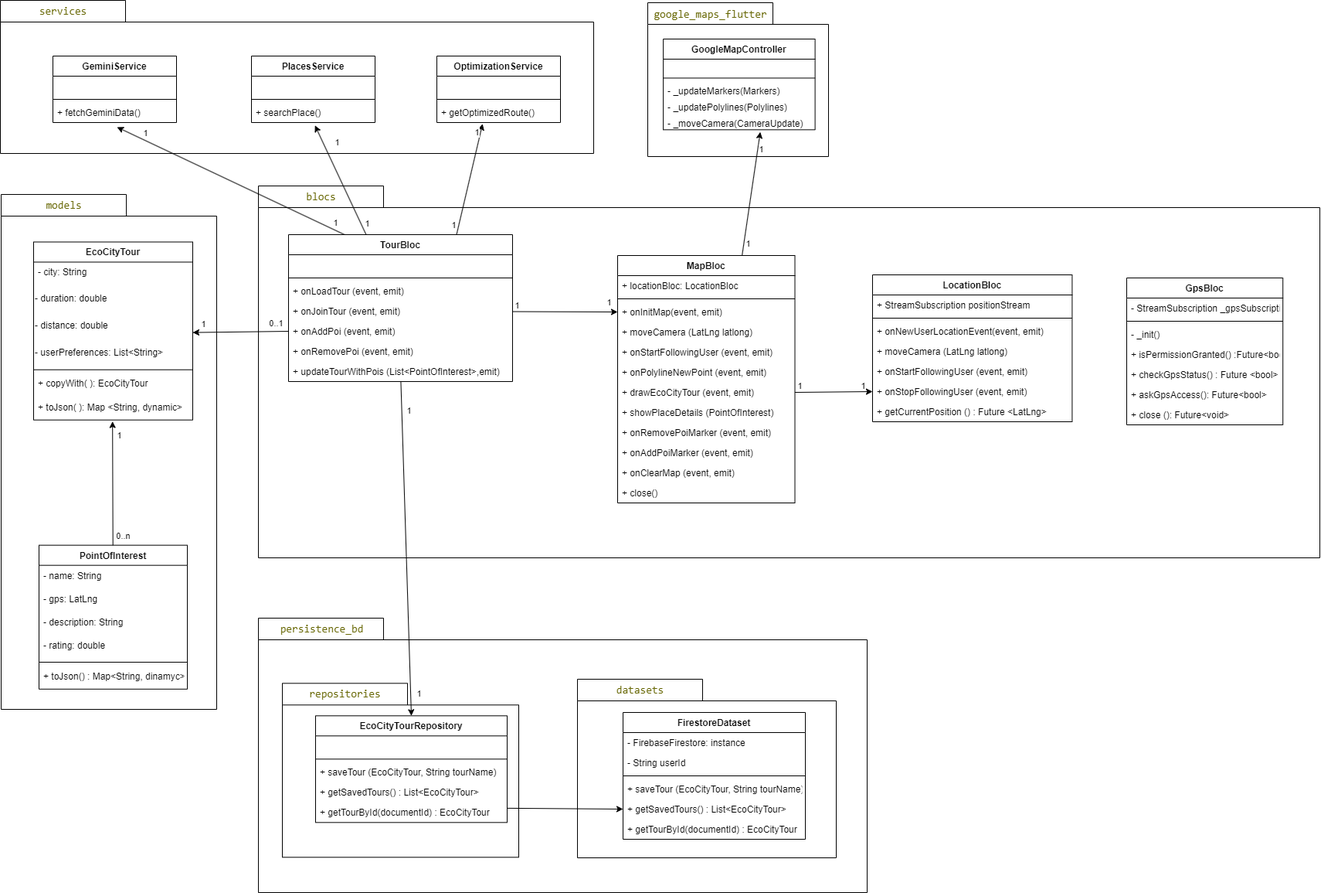
fps1001/TFGII_FPisot keeps this draw.io diagram as project-docs/memoriaTFGII_FPisot/img/clases.png. Above is the earlier version. Source tidied: cells renumbered, new cells last; positions are measured from the earlier drawing's top-left corner, leaving out a move shared by most shapes.
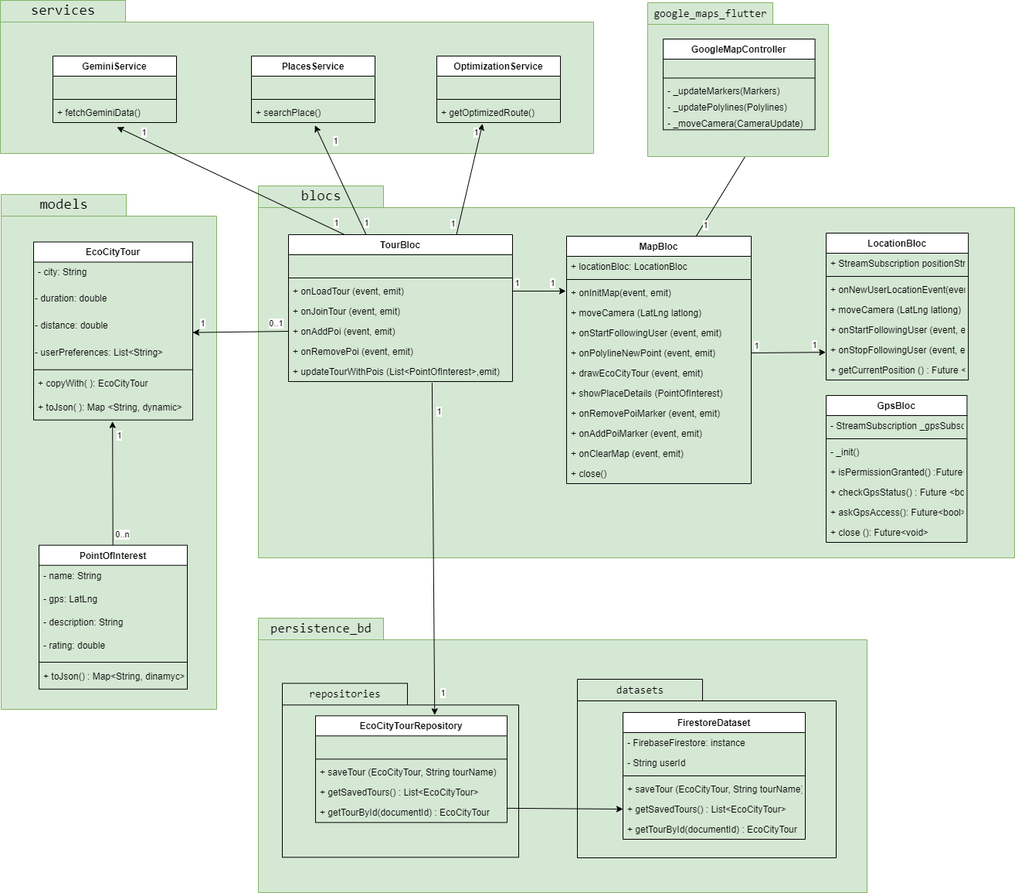
The same diagram one commit later.

The edit, as a diff of the source:
```diff
@@ -4,3 +4,3 @@
     <mxCell id="1" parent="0" />
-    <mxCell id="2" value="&lt;div style=&quot;font-family: Consolas, &amp;quot;Courier New&amp;quot;, monospace; font-weight: normal; font-size: 14px; line-height: 19px;&quot;&gt;&lt;font color=&quot;#666600&quot;&gt;persistence_bd&lt;/font&gt;&lt;/div&gt;" style="shape=folder;fontStyle=1;tabWidth=162;tabHeight=28;tabPosition=left;html=1;boundedLbl=1;labelInHeader=1;fillColor=none;" parent="1" vertex="1">
+    <mxCell id="2" value="&lt;div style=&quot;font-family: Consolas, &amp;quot;Courier New&amp;quot;, monospace; font-weight: normal; line-height: 19px;&quot;&gt;&lt;font style=&quot;font-size: 17px;&quot; color=&quot;#000000&quot;&gt;persistence_bd&lt;/font&gt;&lt;/div&gt;" style="shape=folder;fontStyle=1;tabWidth=162;tabHeight=28;tabPosition=left;html=1;boundedLbl=1;labelInHeader=1;fillColor=#d5e8d4;strokeColor=#82b366;" parent="1" vertex="1">
       <mxGeometry x="334" y="799" width="788" height="355" as="geometry" />
@@ -12,3 +12,3 @@
     </mxCell>
-    <mxCell id="4" value="&lt;div style=&quot;font-family: Consolas, &amp;quot;Courier New&amp;quot;, monospace; font-weight: normal; font-size: 14px; line-height: 19px;&quot;&gt;&lt;font color=&quot;#666600&quot;&gt;datasets&lt;/font&gt;&lt;/div&gt;" style="shape=folder;fontStyle=1;tabWidth=162;tabHeight=28;tabPosition=left;html=1;boundedLbl=1;labelInHeader=1;fillColor=none;" parent="2" vertex="1">
+    <mxCell id="4" value="&lt;div style=&quot;font-family: Consolas, &amp;quot;Courier New&amp;quot;, monospace; font-weight: normal; font-size: 14px; line-height: 19px;&quot;&gt;&lt;font color=&quot;#000000&quot;&gt;datasets&lt;/font&gt;&lt;/div&gt;" style="shape=folder;fontStyle=1;tabWidth=162;tabHeight=28;tabPosition=left;html=1;boundedLbl=1;labelInHeader=1;fillColor=none;" parent="2" vertex="1">
       <mxGeometry x="413" y="79" width="335" height="231" as="geometry" />
@@ -20,3 +20,3 @@
     </mxCell>
-    <mxCell id="6" value="&lt;div style=&quot;font-family: Consolas, &amp;quot;Courier New&amp;quot;, monospace; font-weight: normal; font-size: 14px; line-height: 19px;&quot;&gt;&lt;font color=&quot;#666600&quot;&gt;repositories&lt;/font&gt;&lt;/div&gt;" style="shape=folder;fontStyle=1;tabWidth=162;tabHeight=28;tabPosition=left;html=1;boundedLbl=1;labelInHeader=1;fillColor=none;" parent="2" vertex="1">
+    <mxCell id="6" value="&lt;div style=&quot;font-family: Consolas, &amp;quot;Courier New&amp;quot;, monospace; font-weight: normal; font-size: 14px; line-height: 19px;&quot;&gt;&lt;font color=&quot;#000000&quot;&gt;repositories&lt;/font&gt;&lt;/div&gt;" style="shape=folder;fontStyle=1;tabWidth=162;tabHeight=28;tabPosition=left;html=1;boundedLbl=1;labelInHeader=1;fillColor=none;" parent="2" vertex="1">
       <mxGeometry x="31" y="84.3" width="306" height="225" as="geometry" />
@@ -70,7 +70,7 @@
     </mxCell>
-    <mxCell id="22" value="&lt;div style=&quot;font-family: Consolas, &amp;quot;Courier New&amp;quot;, monospace; font-weight: normal; font-size: 14px; line-height: 19px;&quot;&gt;&lt;font color=&quot;#666600&quot;&gt;blocs&lt;/font&gt;&lt;/div&gt;" style="shape=folder;fontStyle=1;tabWidth=162;tabHeight=28;tabPosition=left;html=1;boundedLbl=1;labelInHeader=1;fillColor=none;" parent="1" vertex="1">
-      <mxGeometry x="334" y="240" width="1374" height="481" as="geometry" />
+    <mxCell id="22" value="&lt;div style=&quot;font-family: Consolas, &amp;quot;Courier New&amp;quot;, monospace; font-weight: normal; line-height: 19px;&quot;&gt;&lt;font style=&quot;font-size: 19px;&quot; color=&quot;#000000&quot;&gt;blocs&lt;/font&gt;&lt;/div&gt;" style="shape=folder;fontStyle=1;tabWidth=162;tabHeight=28;tabPosition=left;html=1;boundedLbl=1;labelInHeader=1;fillColor=#d5e8d4;strokeColor=#82b366;" parent="1" vertex="1">
+      <mxGeometry x="334" y="240" width="979" height="481" as="geometry" />
     </mxCell>
     <mxCell id="23" style="html=1;strokeColor=none;fillColor=none;glass=0;" parent="22" vertex="1">
-      <mxGeometry width="1374" height="290.5" relative="1" as="geometry">
+      <mxGeometry width="979" height="290.5" relative="1" as="geometry">
         <mxPoint y="30" as="offset" />
@@ -79,65 +79,65 @@
     <mxCell id="24" value="LocationBloc" style="swimlane;fontStyle=1;align=center;verticalAlign=top;horizontal=1;startSize=26;" parent="22" vertex="1">
-      <mxGeometry x="795" y="115" width="258.4" height="190" as="geometry" />
+      <mxGeometry x="735" y="61" width="184.1" height="190" as="geometry" />
     </mxCell>
     <mxCell id="25" value="+ StreamSubscription positionStream" style="text;strokeColor=none;fillColor=none;align=left;verticalAlign=top;spacingLeft=4;spacingRight=4;overflow=hidden;" parent="24" vertex="1">
-      <mxGeometry y="26" width="258.4" height="26" as="geometry" />
+      <mxGeometry y="26" width="184.1" height="26" as="geometry" />
     </mxCell>
     <mxCell id="26" style="line;strokeWidth=1;fillColor=none;align=left;verticalAlign=middle;spacingTop=-1;spacingLeft=3;spacingRight=3;labelPosition=right;strokeColor=inherit;" parent="24" vertex="1">
-      <mxGeometry y="52" width="258.4" height="8" as="geometry" />
+      <mxGeometry y="52" width="184.1" height="8" as="geometry" />
     </mxCell>
     <mxCell id="27" value="+ onNewUserLocationEvent(event, emit)" style="text;strokeColor=none;fillColor=none;align=left;verticalAlign=top;spacingLeft=4;spacingRight=4;overflow=hidden;" parent="24" vertex="1">
-      <mxGeometry y="60" width="258.4" height="26" as="geometry" />
+      <mxGeometry y="60" width="184.1" height="26" as="geometry" />
     </mxCell>
     <mxCell id="28" value="+ moveCamera (LatLng latlong)" style="text;strokeColor=none;fillColor=none;align=left;verticalAlign=top;spacingLeft=4;spacingRight=4;overflow=hidden;" parent="24" vertex="1">
-      <mxGeometry y="86" width="258.4" height="26" as="geometry" />
+      <mxGeometry y="86" width="184.1" height="26" as="geometry" />
     </mxCell>
     <mxCell id="29" value="+ onStartFollowingUser (event, emit)" style="text;strokeColor=none;fillColor=none;align=left;verticalAlign=top;spacingLeft=4;spacingRight=4;overflow=hidden;" parent="24" vertex="1">
-      <mxGeometry y="112" width="258.4" height="26" as="geometry" />
+      <mxGeometry y="112" width="184.1" height="26" as="geometry" />
     </mxCell>
     <mxCell id="30" value="+ onStopFollowingUser (event, emit)" style="text;strokeColor=none;fillColor=none;align=left;verticalAlign=top;spacingLeft=4;spacingRight=4;overflow=hidden;points=[[0,0.5],[1,0.5]];portConstraint=eastwest;" parent="24" vertex="1">
-      <mxGeometry y="138" width="258.4" height="26" as="geometry" />
+      <mxGeometry y="138" width="184.1" height="26" as="geometry" />
     </mxCell>
     <mxCell id="31" value="+ getCurrentPosition () : Future &lt;LatLng&gt;" style="text;strokeColor=none;fillColor=none;align=left;verticalAlign=top;spacingLeft=4;spacingRight=4;overflow=hidden;" parent="24" vertex="1">
-      <mxGeometry y="164" width="258.4" height="26" as="geometry" />
+      <mxGeometry y="164" width="184.1" height="26" as="geometry" />
     </mxCell>
     <mxCell id="32" value="MapBloc" style="swimlane;fontStyle=1;align=center;verticalAlign=top;horizontal=1;startSize=26;" parent="22" vertex="1">
-      <mxGeometry x="465" y="90" width="229.5" height="320" as="geometry" />
+      <mxGeometry x="399" y="65" width="239" height="320" as="geometry" />
     </mxCell>
     <mxCell id="33" value="+ locationBloc: LocationBloc" style="text;strokeColor=none;fillColor=none;align=left;verticalAlign=top;spacingLeft=4;spacingRight=4;overflow=hidden;" parent="32" vertex="1">
-      <mxGeometry y="26" width="229.5" height="26" as="geometry" />
+      <mxGeometry y="26" width="239" height="26" as="geometry" />
     </mxCell>
     <mxCell id="34" style="line;strokeWidth=1;fillColor=none;align=left;verticalAlign=middle;spacingTop=-1;spacingLeft=3;spacingRight=3;labelPosition=right;strokeColor=inherit;" parent="32" vertex="1">
-      <mxGeometry y="52" width="229.5" height="8" as="geometry" />
+      <mxGeometry y="52" width="239" height="8" as="geometry" />
     </mxCell>
     <mxCell id="35" value="+ onInitMap(event, emit)" style="text;strokeColor=none;fillColor=none;align=left;verticalAlign=top;spacingLeft=4;spacingRight=4;overflow=hidden;points=[[0,0.5],[1,0.5]];portConstraint=eastwest;" parent="32" vertex="1">
-      <mxGeometry y="60" width="229.5" height="26" as="geometry" />
+      <mxGeometry y="60" width="239" height="26" as="geometry" />
     </mxCell>
     <mxCell id="36" value="+ moveCamera (LatLng latlong)" style="text;strokeColor=none;fillColor=none;align=left;verticalAlign=top;spacingLeft=4;spacingRight=4;overflow=hidden;" parent="32" vertex="1">
-      <mxGeometry y="86" width="229.5" height="26" as="geometry" />
+      <mxGeometry y="86" width="239" height="26" as="geometry" />
     </mxCell>
     <mxCell id="37" value="+ onStartFollowingUser (event, emit)" style="text;strokeColor=none;fillColor=none;align=left;verticalAlign=top;spacingLeft=4;spacingRight=4;overflow=hidden;" parent="32" vertex="1">
-      <mxGeometry y="112" width="229.5" height="26" as="geometry" />
+      <mxGeometry y="112" width="239" height="26" as="geometry" />
     </mxCell>
     <mxCell id="38" value="+ onPolylineNewPoint (event, emit)" style="text;strokeColor=none;fillColor=none;align=left;verticalAlign=top;spacingLeft=4;spacingRight=4;overflow=hidden;points=[[0,0.5],[1,0.5]];portConstraint=eastwest;" parent="32" vertex="1">
-      <mxGeometry y="138" width="229.5" height="26" as="geometry" />
+      <mxGeometry y="138" width="239" height="26" as="geometry" />
     </mxCell>
     <mxCell id="39" value="+ drawEcoCityTour (event, emit)" style="text;strokeColor=none;fillColor=none;align=left;verticalAlign=top;spacingLeft=4;spacingRight=4;overflow=hidden;points=[[0,0.5],[1,0.5]];portConstraint=eastwest;" parent="32" vertex="1">
-      <mxGeometry y="164" width="229.5" height="26" as="geometry" />
+      <mxGeometry y="164" width="239" height="26" as="geometry" />
     </mxCell>
     <mxCell id="40" value="+ showPlaceDetails (PointOfInterest)" style="text;strokeColor=none;fillColor=none;align=left;verticalAlign=top;spacingLeft=4;spacingRight=4;overflow=hidden;" parent="32" vertex="1">
-      <mxGeometry y="190" width="229.5" height="26" as="geometry" />
+      <mxGeometry y="190" width="239" height="26" as="geometry" />
     </mxCell>
     <mxCell id="41" value="+ onRemovePoiMarker (event, emit)" style="text;strokeColor=none;fillColor=none;align=left;verticalAlign=top;spacingLeft=4;spacingRight=4;overflow=hidden;" parent="32" vertex="1">
-      <mxGeometry y="216" width="229.5" height="26" as="geometry" />
+      <mxGeometry y="216" width="239" height="26" as="geometry" />
     </mxCell>
     <mxCell id="42" value="+ onAddPoiMarker (event, emit)" style="text;strokeColor=none;fillColor=none;align=left;verticalAlign=top;spacingLeft=4;spacingRight=4;overflow=hidden;" parent="32" vertex="1">
-      <mxGeometry y="242" width="229.5" height="26" as="geometry" />
+      <mxGeometry y="242" width="239" height="26" as="geometry" />
     </mxCell>
     <mxCell id="43" value="+ onClearMap (event, emit)" style="text;strokeColor=none;fillColor=none;align=left;verticalAlign=top;spacingLeft=4;spacingRight=4;overflow=hidden;" parent="32" vertex="1">
-      <mxGeometry y="268" width="229.5" height="26" as="geometry" />
+      <mxGeometry y="268" width="239" height="26" as="geometry" />
     </mxCell>
     <mxCell id="44" value="+ close()" style="text;strokeColor=none;fillColor=none;align=left;verticalAlign=top;spacingLeft=4;spacingRight=4;overflow=hidden;" parent="32" vertex="1">
-      <mxGeometry y="294" width="229.5" height="26" as="geometry" />
+      <mxGeometry y="294" width="239" height="26" as="geometry" />
     </mxCell>
-    <mxCell id="45" style="edgeStyle=none;html=1;exitX=1;exitY=0.5;exitDx=0;exitDy=0;entryX=0;entryY=0.5;entryDx=0;entryDy=0;" parent="22" edge="1" source="39" target="30">
+    <mxCell id="45" style="edgeStyle=none;html=1;exitX=1;exitY=0.5;exitDx=0;exitDy=0;entryX=-0.003;entryY=0.621;entryDx=0;entryDy=0;entryPerimeter=0;" parent="22" edge="1" source="38" target="30">
       <mxGeometry relative="1" as="geometry" />
@@ -146,3 +146,3 @@
       <mxGeometry x="0.61" y="1" relative="1" as="geometry">
-        <mxPoint x="7" y="-7" as="offset" />
+        <mxPoint x="4" y="-9" as="offset" />
       </mxGeometry>
@@ -151,3 +151,3 @@
       <mxGeometry x="-0.78" y="3" relative="1" as="geometry">
-        <mxPoint x="-5" y="-6" as="offset" />
+        <mxPoint x="-4" y="-6" as="offset" />
       </mxGeometry>
@@ -155,26 +155,26 @@
     <mxCell id="48" value="GpsBloc" style="swimlane;fontStyle=1;align=center;verticalAlign=top;horizontal=1;startSize=26;" parent="22" vertex="1">
-      <mxGeometry x="1124" y="119" width="202.2" height="190" as="geometry" />
+      <mxGeometry x="735" y="271" width="182.4" height="190" as="geometry" />
     </mxCell>
     <mxCell id="49" value="- StreamSubscription _gpsSubscription" style="text;strokeColor=none;fillColor=none;align=left;verticalAlign=top;spacingLeft=4;spacingRight=4;overflow=hidden;" parent="48" vertex="1">
-      <mxGeometry y="26" width="202.2" height="26" as="geometry" />
+      <mxGeometry y="26" width="182.4" height="26" as="geometry" />
     </mxCell>
     <mxCell id="50" style="line;strokeWidth=1;fillColor=none;align=left;verticalAlign=middle;spacingTop=-1;spacingLeft=3;spacingRight=3;labelPosition=right;strokeColor=inherit;" parent="48" vertex="1">
-      <mxGeometry y="52" width="202.2" height="8" as="geometry" />
+      <mxGeometry y="52" width="182.4" height="8" as="geometry" />
     </mxCell>
     <mxCell id="51" value="- _init()" style="text;strokeColor=none;fillColor=none;align=left;verticalAlign=top;spacingLeft=4;spacingRight=4;overflow=hidden;" parent="48" vertex="1">
-      <mxGeometry y="60" width="202.2" height="26" as="geometry" />
+      <mxGeometry y="60" width="182.4" height="26" as="geometry" />
     </mxCell>
     <mxCell id="52" value="+ isPermissionGranted() :Future&lt;bool&gt;" style="text;strokeColor=none;fillColor=none;align=left;verticalAlign=top;spacingLeft=4;spacingRight=4;overflow=hidden;" parent="48" vertex="1">
-      <mxGeometry y="86" width="202.2" height="26" as="geometry" />
+      <mxGeometry y="86" width="182.4" height="26" as="geometry" />
     </mxCell>
     <mxCell id="53" value="+ checkGpsStatus() : Future &lt;bool&gt;" style="text;strokeColor=none;fillColor=none;align=left;verticalAlign=top;spacingLeft=4;spacingRight=4;overflow=hidden;" parent="48" vertex="1">
-      <mxGeometry y="112" width="202.2" height="26" as="geometry" />
+      <mxGeometry y="112" width="182.4" height="26" as="geometry" />
     </mxCell>
     <mxCell id="54" value="+ askGpsAccess(): Future&lt;bool&gt;" style="text;strokeColor=none;fillColor=none;align=left;verticalAlign=top;spacingLeft=4;spacingRight=4;overflow=hidden;" parent="48" vertex="1">
-      <mxGeometry y="138" width="202.2" height="26" as="geometry" />
+      <mxGeometry y="138" width="182.4" height="26" as="geometry" />
     </mxCell>
     <mxCell id="55" value="+ close (): Future&lt;void&gt;" style="text;strokeColor=none;fillColor=none;align=left;verticalAlign=top;spacingLeft=4;spacingRight=4;overflow=hidden;" parent="48" vertex="1">
-      <mxGeometry y="164" width="202.2" height="26" as="geometry" />
+      <mxGeometry y="164" width="182.4" height="26" as="geometry" />
     </mxCell>
-    <mxCell id="56" value="&lt;div style=&quot;font-family: Consolas, &amp;quot;Courier New&amp;quot;, monospace; font-weight: normal; font-size: 14px; line-height: 19px;&quot;&gt;&lt;font color=&quot;#666600&quot;&gt;models&lt;/font&gt;&lt;/div&gt;" style="shape=folder;fontStyle=1;tabWidth=162;tabHeight=28;tabPosition=left;html=1;boundedLbl=1;labelInHeader=1;fillColor=none;" parent="1" vertex="1">
+    <mxCell id="56" value="&lt;div style=&quot;font-family: Consolas, &amp;quot;Courier New&amp;quot;, monospace; font-weight: normal; line-height: 19px;&quot;&gt;&lt;font style=&quot;font-size: 19px;&quot; color=&quot;#000000&quot;&gt;models&lt;/font&gt;&lt;/div&gt;" style="shape=folder;fontStyle=1;tabWidth=162;tabHeight=28;tabPosition=left;html=1;boundedLbl=1;labelInHeader=1;fillColor=#d5e8d4;strokeColor=#82b366;" parent="1" vertex="1">
       <mxGeometry x="1" y="251" width="279" height="666" as="geometry" />
@@ -244,3 +244,3 @@
     </mxCell>
-    <mxCell id="76" value="&lt;div style=&quot;font-family: Consolas, &amp;quot;Courier New&amp;quot;, monospace; font-weight: normal; font-size: 14px; line-height: 19px;&quot;&gt;&lt;font color=&quot;#666600&quot;&gt;services&lt;/font&gt;&lt;/div&gt;" style="shape=folder;fontStyle=1;tabWidth=162;tabHeight=28;tabPosition=left;html=1;boundedLbl=1;labelInHeader=1;fillColor=none;" parent="1" vertex="1">
+    <mxCell id="76" value="&lt;div style=&quot;font-family: Consolas, &amp;quot;Courier New&amp;quot;, monospace; font-weight: normal; line-height: 19px;&quot;&gt;&lt;font style=&quot;font-size: 19px;&quot; color=&quot;#000000&quot;&gt;services&lt;/font&gt;&lt;/div&gt;" style="shape=folder;fontStyle=1;tabWidth=162;tabHeight=28;tabPosition=left;html=1;boundedLbl=1;labelInHeader=1;fillColor=#d5e8d4;strokeColor=#82b366;" parent="1" vertex="1">
       <mxGeometry width="768" height="198" as="geometry" />
@@ -351,4 +351,6 @@
     </mxCell>
-    <mxCell id="107" style="edgeStyle=none;html=1;entryX=0;entryY=0.5;entryDx=0;entryDy=0;" parent="1" edge="1" source="100" target="35">
-      <mxGeometry relative="1" as="geometry" />
+    <mxCell id="107" style="edgeStyle=none;html=1;exitX=1;exitY=0.5;exitDx=0;exitDy=0;" parent="1" edge="1" source="99">
+      <mxGeometry relative="1" as="geometry">
+        <mxPoint x="732" y="376" as="targetPoint" />
+      </mxGeometry>
     </mxCell>
@@ -356,3 +358,3 @@
       <mxGeometry x="0.81" y="-1" relative="1" as="geometry">
-        <mxPoint x="1" y="-14" as="offset" />
+        <mxPoint x="-11" y="-11" as="offset" />
       </mxGeometry>
@@ -361,6 +363,6 @@
       <mxGeometry x="-0.91" y="1" relative="1" as="geometry">
-        <mxPoint y="-8" as="offset" />
+        <mxPoint x="2" y="-9" as="offset" />
       </mxGeometry>
     </mxCell>
-    <mxCell id="110" style="edgeStyle=none;html=1;entryX=0.5;entryY=0;entryDx=0;entryDy=0;" parent="1" edge="1" source="103" target="8">
+    <mxCell id="110" style="edgeStyle=none;html=1;entryX=0.622;entryY=-0.008;entryDx=0;entryDy=0;exitX=0.641;exitY=1.062;exitDx=0;exitDy=0;exitPerimeter=0;entryPerimeter=0;" parent="1" edge="1" source="103" target="8">
       <mxGeometry relative="1" as="geometry" />
@@ -403,3 +405,3 @@
     </mxCell>
-    <mxCell id="119" value="&lt;div style=&quot;font-family: Consolas, &amp;quot;Courier New&amp;quot;, monospace; font-weight: normal; font-size: 14px; line-height: 19px;&quot;&gt;&lt;font color=&quot;#666600&quot;&gt;google_maps_flutter&lt;/font&gt;&lt;/div&gt;" style="shape=folder;fontStyle=1;tabWidth=162;tabHeight=28;tabPosition=left;html=1;boundedLbl=1;labelInHeader=1;fillColor=none;" parent="1" vertex="1">
+    <mxCell id="119" value="&lt;div style=&quot;font-family: Consolas, &amp;quot;Courier New&amp;quot;, monospace; font-weight: normal; font-size: 14px; line-height: 19px;&quot;&gt;&lt;font color=&quot;#000000&quot;&gt;google_maps_flutter&lt;/font&gt;&lt;/div&gt;" style="shape=folder;fontStyle=1;tabWidth=162;tabHeight=28;tabPosition=left;html=1;boundedLbl=1;labelInHeader=1;fillColor=#d5e8d4;strokeColor=#82b366;" parent="1" vertex="1">
       <mxGeometry x="838" y="3" width="234" height="199" as="geometry" />
```
